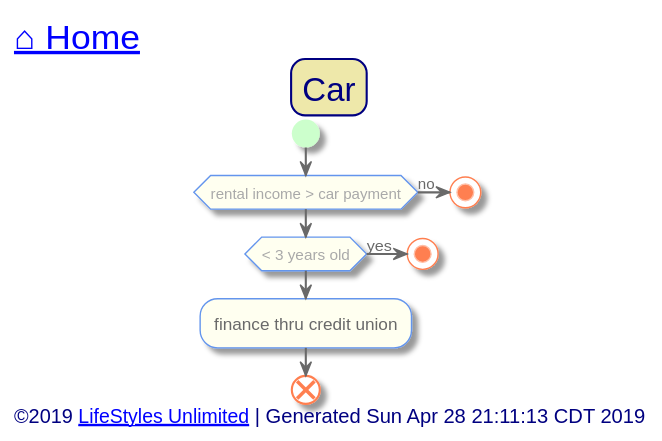
This is out/src/unlimited-lifestyle/car.svg from toddmo/lifestylesunlimited, a PlantUML export, as it was before one commit. The source it was exported from:
```plantuml
@startuml car


skinparam {
  BorderColor Red
  PathHoverColor Blue
}

skinparam Title {
  FontColor Navy
  BackgroundColor PaleGoldenRod
  BorderColor Navy
  BorderRoundCorner 20
  FontSize 24
}

skinparam activity {
  BackgroundColor Ivory
  BorderColor CornflowerBlue
  BorderThickness 1
  FontColor DimGray


  Arrow {
    Color dimgray
    FontColor dimgray
  }

  Start {
    Color PHYSICAL
  }

  End {
    Color Coral
  }

  Diamond {
    BackgroundColor Ivory
    BorderColor CornflowerBlue
    FontColor DarkGray
  }

  BackgroundColor<< Exception >> Red
	BorderColor<< Exception >> White
}

skinparam Swimlane {
  BorderColor CornflowerBlue
}

skinparam Partition {
  BackgroundColor Ivory
  BorderColor CornflowerBlue
  BorderThickness 1
  FontColor CornflowerBlue
  FontSize 16
  BorderRoundCorner 20
}

skinparam Note {
  BackgroundColor LightSteelBlue
  BorderColor CornflowerBlue
  FontColor White
}

skinparam Legend {
  BackgroundColor LightSteelBlue
  BorderColor CornflowerBlue
  FontColor White
}

skinparam Footer {
  FontColor Navy
}


left header
	<font color=Navy size=24>[[../index.svg?sanitize=true ⌂ Home]]</font>
endheader


	Title Car

	start

	if(rental income > car payment) then (no)
		stop
	endif


	if(< 3 years old) then (yes)
		stop
	endif

	:finance thru credit union;

	end


left footer
	<font size=14>©2019 [[http://www.lifestylesunlimited.com LifeStyles Unlimited]] | Generated Sun Apr 28 21:11:13 CDT 2019</font>
endfooter


@enduml
```
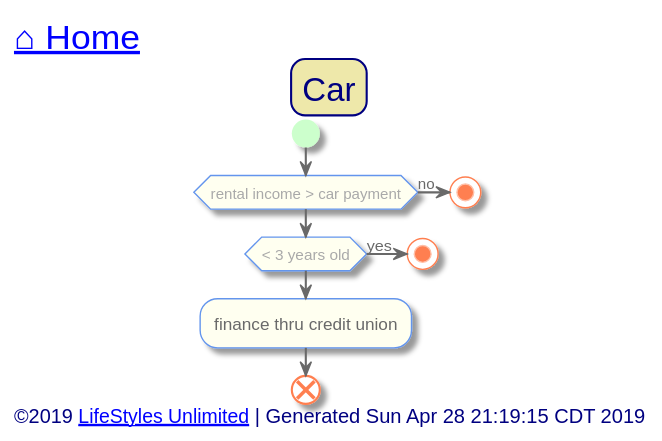
The same file after the commit.

Diff of the diagram source:
```diff
@@ -98,7 +98,7 @@
 
 
 left footer
-	<font size=14>©2019 [[http://www.lifestylesunlimited.com LifeStyles Unlimited]] | Generated Sun Apr 28 21:11:13 CDT 2019</font>
+	<font size=14>©2019 [[http://www.lifestylesunlimited.com LifeStyles Unlimited]] | Generated Sun Apr 28 21:19:15 CDT 2019</font>
 endfooter
 
 
```
